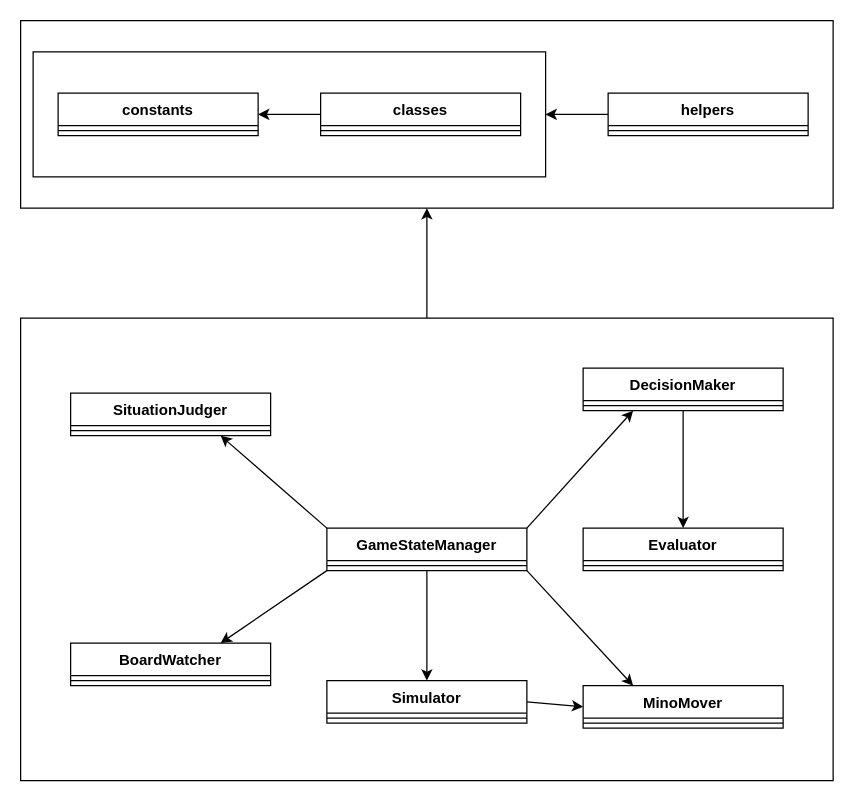
Earlier version of the draw.io diagram class.drawio (porink0424/py-tris). Source tidied: cells renumbered, new cells numbered last; positions are measured from the earlier drawing's top-left corner, leaving out a move shared by most shapes. Both pictures are drawn from the tidied source at 125%, with x=0, y=0 at pixel (20, 20).
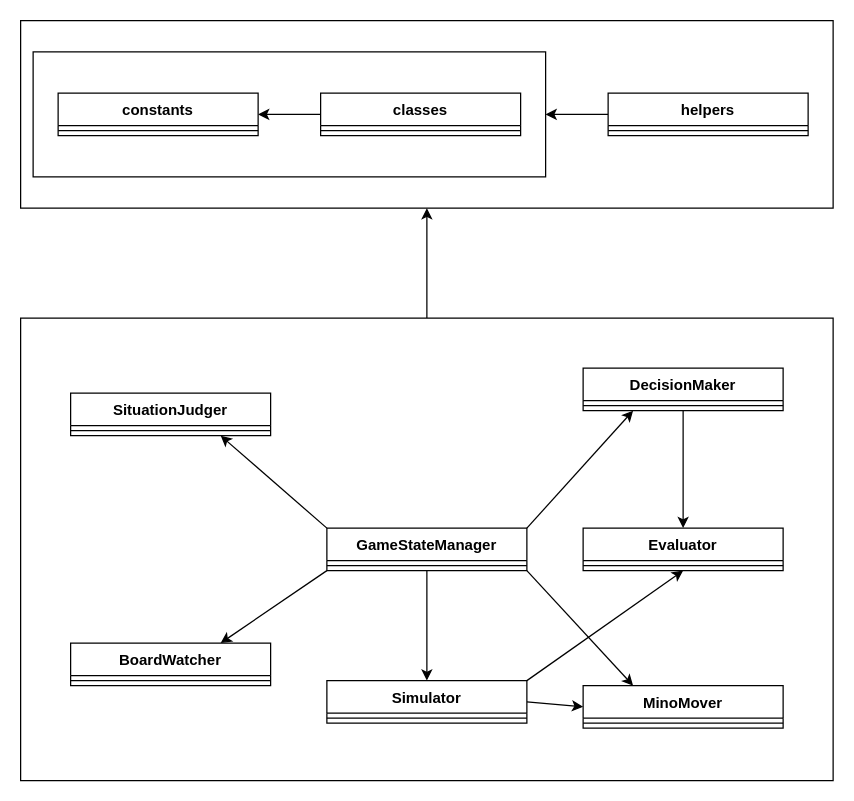
Above is the later version.

The change refers to these unchanged cells:
```xml
<mxCell id="30" value="Evaluator&#10;" style="swimlane;fontStyle=1;align=center;verticalAlign=top;horizontal=1;startSize=26;" parent="1" vertex="1">
  <mxGeometry x="450" y="406" width="160" height="34" as="geometry" />
</mxCell>
<mxCell id="33" value="Simulator" style="swimlane;fontStyle=1;align=center;verticalAlign=top;horizontal=1;startSize=26;" parent="1" vertex="1">
  <mxGeometry x="245" y="528" width="160" height="34" as="geometry" />
</mxCell>
```

Diff of the diagram source:
```diff
@@
+    <mxCell id="35" style="edgeStyle=none;html=1;exitX=1;exitY=0;exitDx=0;exitDy=0;entryX=0.5;entryY=1;entryDx=0;entryDy=0;" parent="1" edge="1" source="33" target="30">
+      <mxGeometry relative="1" as="geometry" />
+    </mxCell>
```
